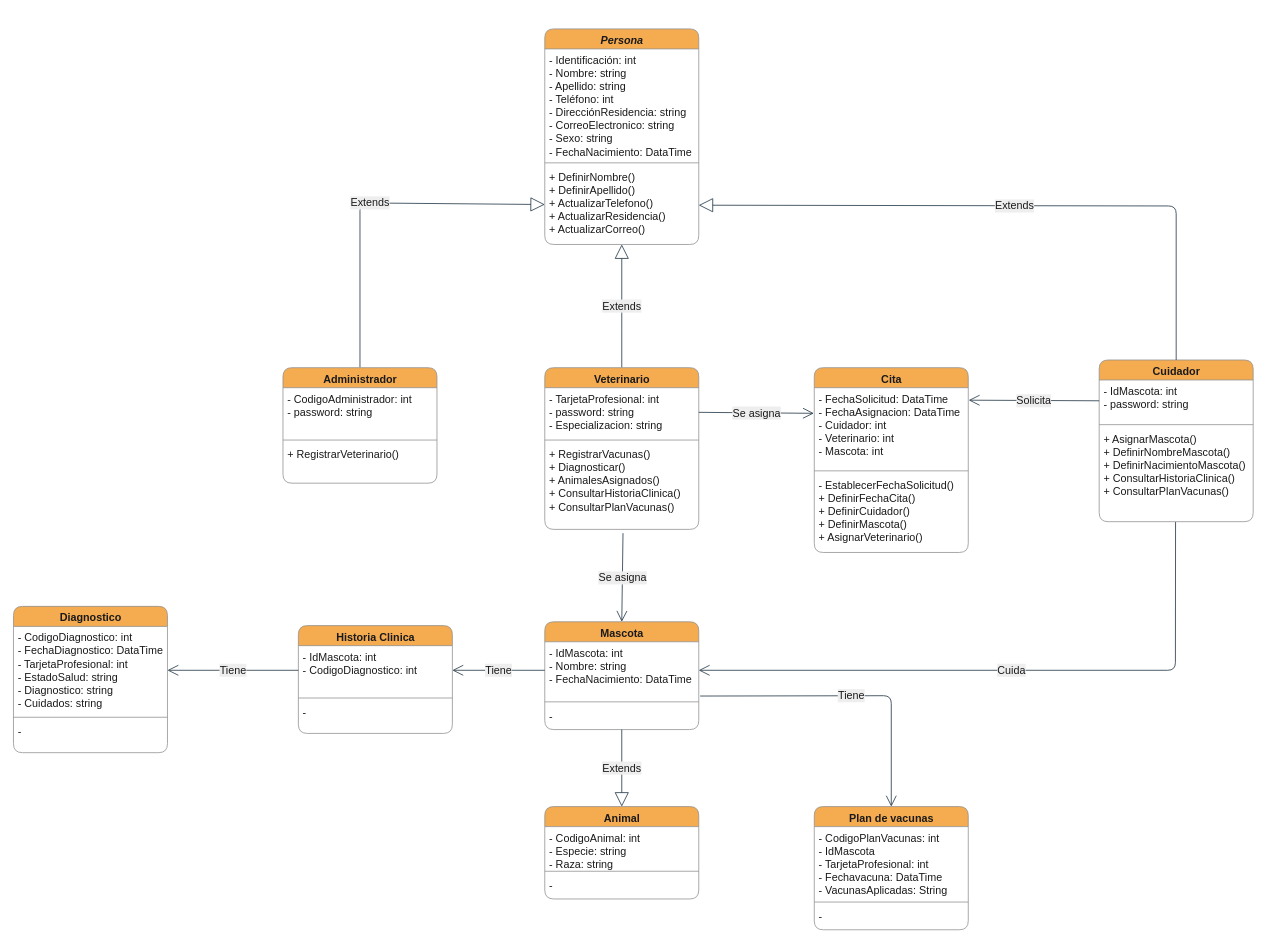
juandabi/teleVeterinaria keeps this draw.io diagram as page "Diagrama de clases" (1 of 3) of Diagramas.drawio. Above is the earlier version. Source tidied: cells renumbered, new cells numbered last; positions are measured from the earlier drawing's top-left corner, leaving out a move shared by most shapes. Both pictures are drawn from the tidied source at 77%, with x=0, y=0 at pixel (13, 28).
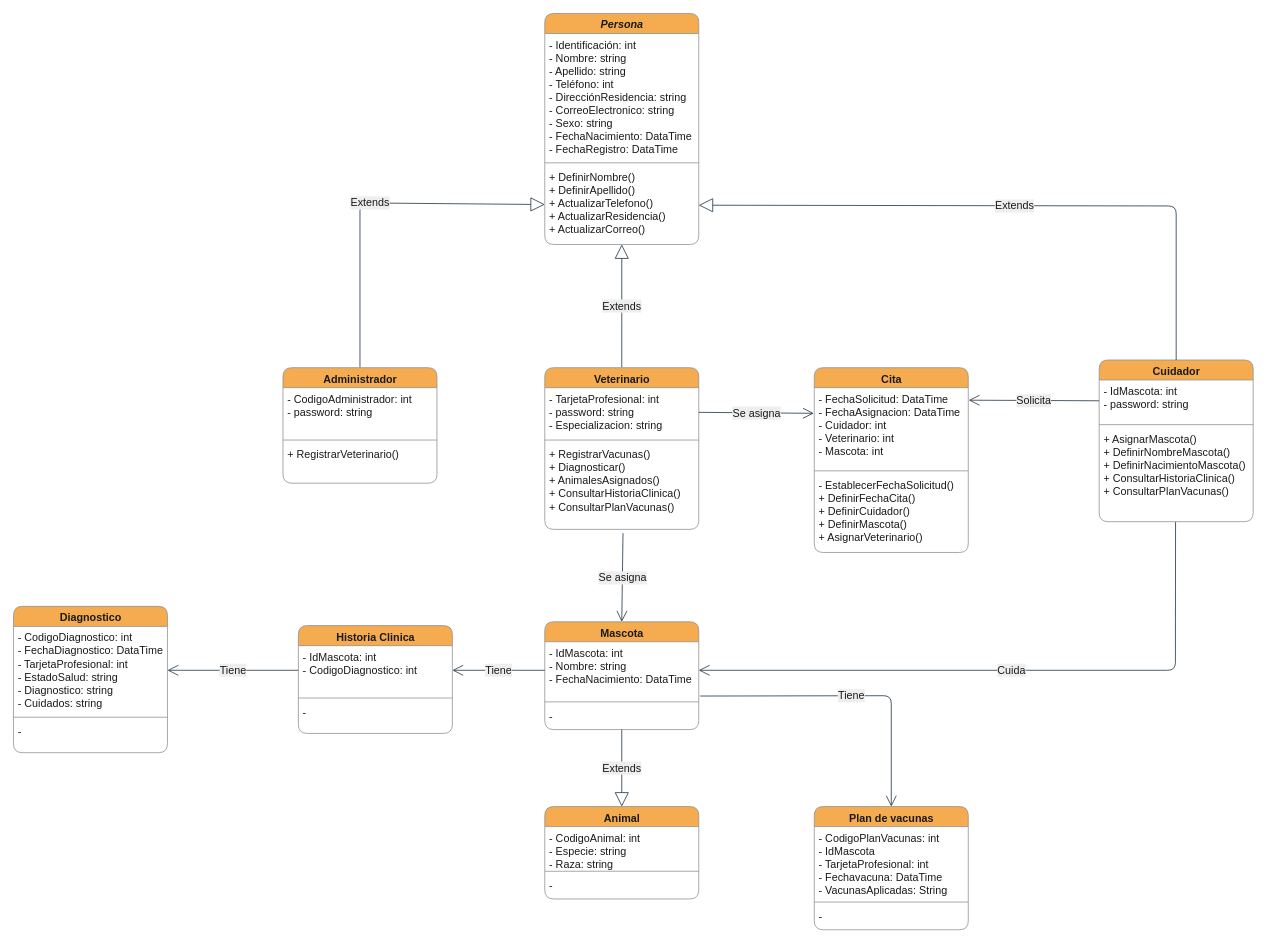
After the change.

What changed in the source:
```diff
@@
     <mxCell id="2" value="&lt;i&gt;Persona&lt;/i&gt;" style="swimlane;fontStyle=1;align=center;verticalAlign=top;horizontal=1;startSize=26;fontSize=14;html=1;rounded=1;fillColor=#F5AB50;strokeColor=#909090;fontColor=#1A1A1A;" parent="1" vertex="1">
-      <mxGeometry x="690" width="200" height="280" as="geometry" />
+      <mxGeometry x="690" y="-20" width="200" height="300" as="geometry" />
     </mxCell>
-    <mxCell id="3" value="- Identificación: int&#10;- Nombre: string&#10;- Apellido: string&#10;- Teléfono: int&#10;- DirecciónResidencia: string&#10;- CorreoElectronico: string&#10;- Sexo: string&#10;- FechaNacimiento: DataTime" style="text;strokeColor=none;fillColor=none;align=left;verticalAlign=top;spacingLeft=4;spacingRight=4;overflow=hidden;fontSize=14;rounded=1;fontColor=#1A1A1A;" parent="2" vertex="1">
-      <mxGeometry y="26" width="200" height="144" as="geometry" />
+    <mxCell id="3" value="- Identificación: int&#10;- Nombre: string&#10;- Apellido: string&#10;- Teléfono: int&#10;- DirecciónResidencia: string&#10;- CorreoElectronico: string&#10;- Sexo: string&#10;- FechaNacimiento: DataTime&#10;- FechaRegistro: DataTime" style="text;strokeColor=none;fillColor=none;align=left;verticalAlign=top;spacingLeft=4;spacingRight=4;overflow=hidden;fontSize=14;rounded=1;fontColor=#1A1A1A;" parent="2" vertex="1">
+      <mxGeometry y="26" width="200" height="164" as="geometry" />
     </mxCell>
     <mxCell id="4" style="line;strokeWidth=1;fillColor=none;align=left;verticalAlign=middle;spacingTop=-1;spacingLeft=3;spacingRight=3;labelPosition=right;rounded=1;strokeColor=#909090;fontColor=#1A1A1A;labelBackgroundColor=#EEEEEE;" parent="2" vertex="1">
-      <mxGeometry y="170" width="200" height="8" as="geometry" />
+      <mxGeometry y="190" width="200" height="8" as="geometry" />
     </mxCell>
     <mxCell id="5" value="+ DefinirNombre()&#10;+ DefinirApellido()&#10;+ ActualizarTelefono()&#10;+ ActualizarResidencia()&#10;+ ActualizarCorreo()" style="text;strokeColor=none;fillColor=none;align=left;verticalAlign=top;spacingLeft=4;spacingRight=4;overflow=hidden;points=[[0,0.5],[1,0.5]];portConstraint=eastwest;fontSize=14;rounded=1;fontColor=#1A1A1A;" parent="2" vertex="1">
-      <mxGeometry y="178" width="200" height="102" as="geometry" />
+      <mxGeometry y="198" width="200" height="102" as="geometry" />
     </mxCell>
```
